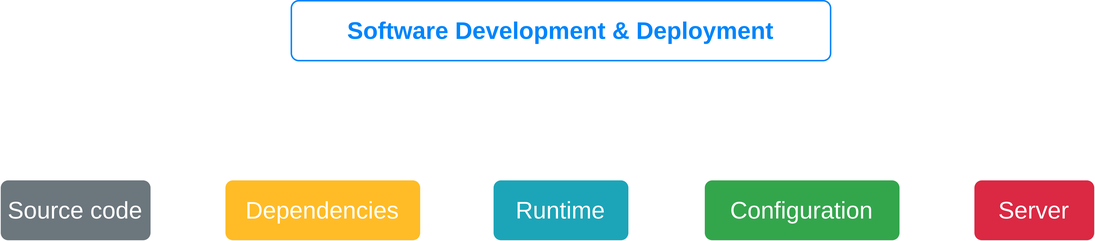
Before: Untitled Diagram.drawio.png, a diagram exported from draw.io (ravi20930/draw.io). Source tidied: cells renumbered, new cells last; positions are measured from the earlier drawing's top-left corner, leaving out a move shared by most shapes.
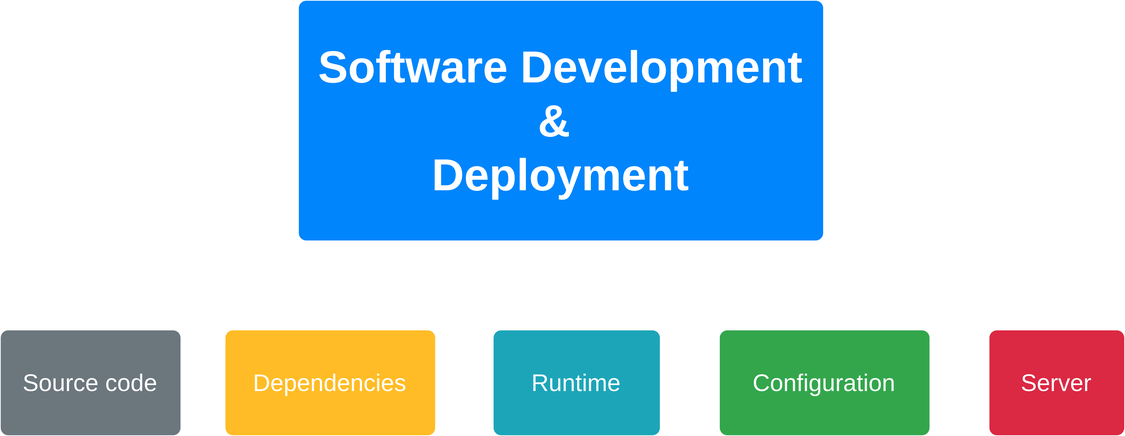
Above is the later version.

Diff of the diagram source:
```diff
@@ -2,23 +2,23 @@
   <root>
     <mxCell id="0" />
     <mxCell id="1" parent="0" />
-    <mxCell id="2" value="&lt;b&gt;Software Development &amp;amp; Deployment&lt;/b&gt;" style="html=1;shadow=0;dashed=0;shape=mxgraph.bootstrap.rrect;rSize=5;strokeColor=#0085FC;strokeWidth=1;fillColor=none;fontColor=#0085FC;whiteSpace=wrap;align=center;verticalAlign=middle;spacingLeft=0;fontStyle=0;fontSize=16;spacing=5;" parent="1" vertex="1">
-      <mxGeometry x="194" width="360" height="40" as="geometry" />
-    </mxCell>
     <mxCell id="3" value="Source code" style="html=1;shadow=0;dashed=0;shape=mxgraph.bootstrap.rrect;rSize=5;strokeColor=none;strokeWidth=1;fillColor=#6C767D;fontColor=#FFFFFF;whiteSpace=wrap;align=center;verticalAlign=middle;spacingLeft=0;fontStyle=0;fontSize=16;spacing=5;" parent="1" vertex="1">
-      <mxGeometry y="120" width="100" height="40" as="geometry" />
+      <mxGeometry y="90" width="120" height="70" as="geometry" />
     </mxCell>
     <mxCell id="4" value="Dependencies" style="html=1;shadow=0;dashed=0;shape=mxgraph.bootstrap.rrect;rSize=5;strokeColor=none;strokeWidth=1;fillColor=#FFBC26;fontColor=#FFFFFF;whiteSpace=wrap;align=center;verticalAlign=middle;spacingLeft=0;fontStyle=0;fontSize=16;spacing=5;" parent="1" vertex="1">
-      <mxGeometry x="150" y="120" width="130" height="40" as="geometry" />
+      <mxGeometry x="150" y="90" width="140" height="70" as="geometry" />
     </mxCell>
     <mxCell id="5" value="Runtime" style="html=1;shadow=0;dashed=0;shape=mxgraph.bootstrap.rrect;rSize=5;strokeColor=none;strokeWidth=1;fillColor=#1CA5B8;fontColor=#FFFFFF;whiteSpace=wrap;align=center;verticalAlign=middle;spacingLeft=0;fontStyle=0;fontSize=16;spacing=5;" parent="1" vertex="1">
-      <mxGeometry x="329" y="120" width="90" height="40" as="geometry" />
+      <mxGeometry x="329" y="90" width="111" height="70" as="geometry" />
     </mxCell>
     <mxCell id="6" value="Configuration" style="html=1;shadow=0;dashed=0;shape=mxgraph.bootstrap.rrect;rSize=5;strokeColor=none;strokeWidth=1;fillColor=#33A64C;fontColor=#FFFFFF;whiteSpace=wrap;align=center;verticalAlign=middle;spacingLeft=0;fontStyle=0;fontSize=16;spacing=5;" parent="1" vertex="1">
-      <mxGeometry x="470" y="120" width="130" height="40" as="geometry" />
+      <mxGeometry x="480" y="90" width="140" height="70" as="geometry" />
     </mxCell>
     <mxCell id="7" value="Server" style="html=1;shadow=0;dashed=0;shape=mxgraph.bootstrap.rrect;rSize=5;strokeColor=none;strokeWidth=1;fillColor=#DB2843;fontColor=#FFFFFF;whiteSpace=wrap;align=center;verticalAlign=middle;spacingLeft=0;fontStyle=0;fontSize=16;spacing=5;" parent="1" vertex="1">
-      <mxGeometry x="650" y="120" width="80" height="40" as="geometry" />
+      <mxGeometry x="660" y="90" width="90" height="70" as="geometry" />
     </mxCell>
+    <mxCell id="2" value="&lt;b style=&quot;&quot;&gt;&lt;font style=&quot;font-size: 30px;&quot;&gt;Software Development &amp;amp; &lt;br&gt;Deployment&lt;/font&gt;&lt;/b&gt;" style="html=1;shadow=0;dashed=0;shape=mxgraph.bootstrap.rrect;rSize=5;strokeColor=none;strokeWidth=1;fillColor=#0085FC;fontColor=#FFFFFF;whiteSpace=wrap;align=center;verticalAlign=middle;spacingLeft=0;fontStyle=0;fontSize=16;spacing=5;" parent="1" vertex="1">
+      <mxGeometry x="199" y="-130" width="350" height="160" as="geometry" />
+    </mxCell>
   </root>
 </mxGraphModel>
```
